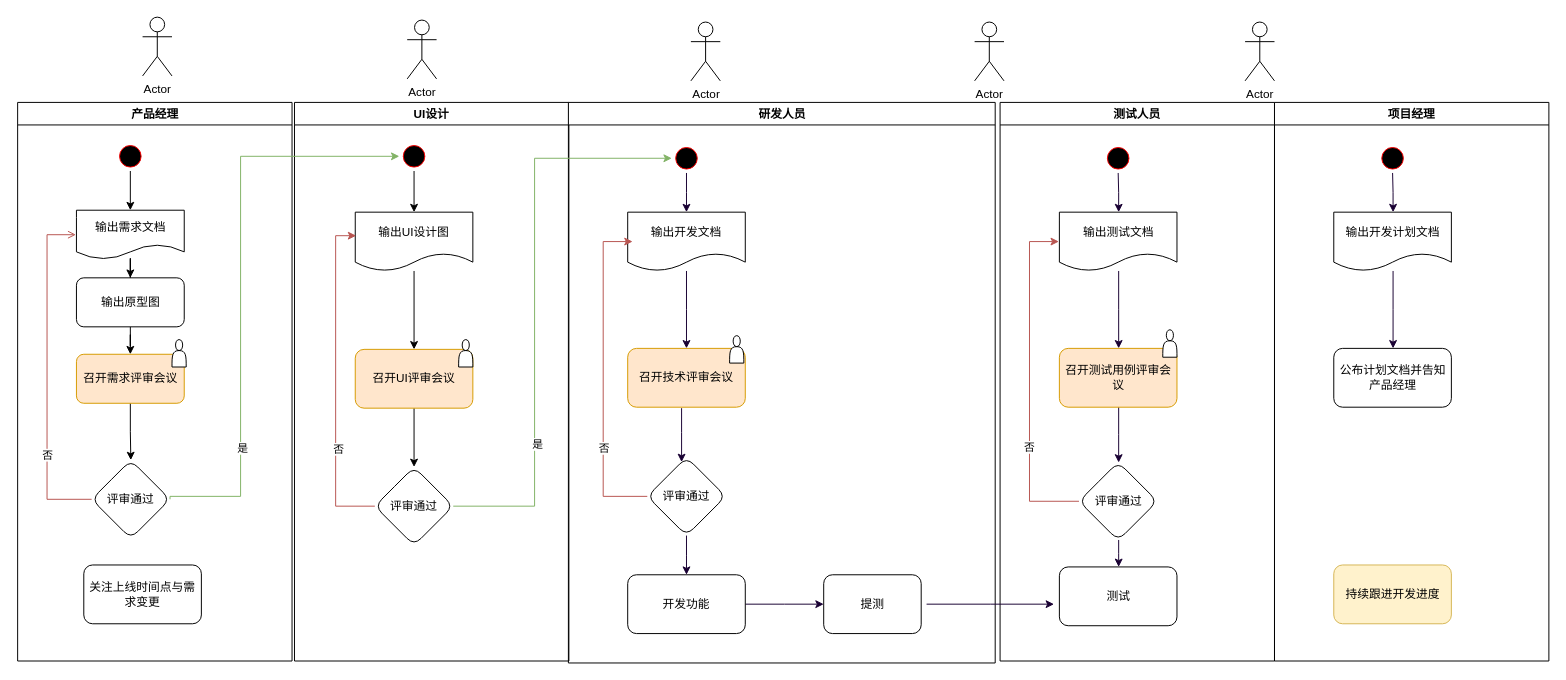
Echolh/doc-flowDiagram keeps this draw.io diagram as 人员职责.drawio. Above is the earlier version. Source tidied: cells renumbered, new cells numbered last; positions are measured from the earlier drawing's top-left corner, leaving out a move shared by most shapes. Both pictures are drawn from the tidied source at 98%, with x=0, y=0 at pixel (17, 17).
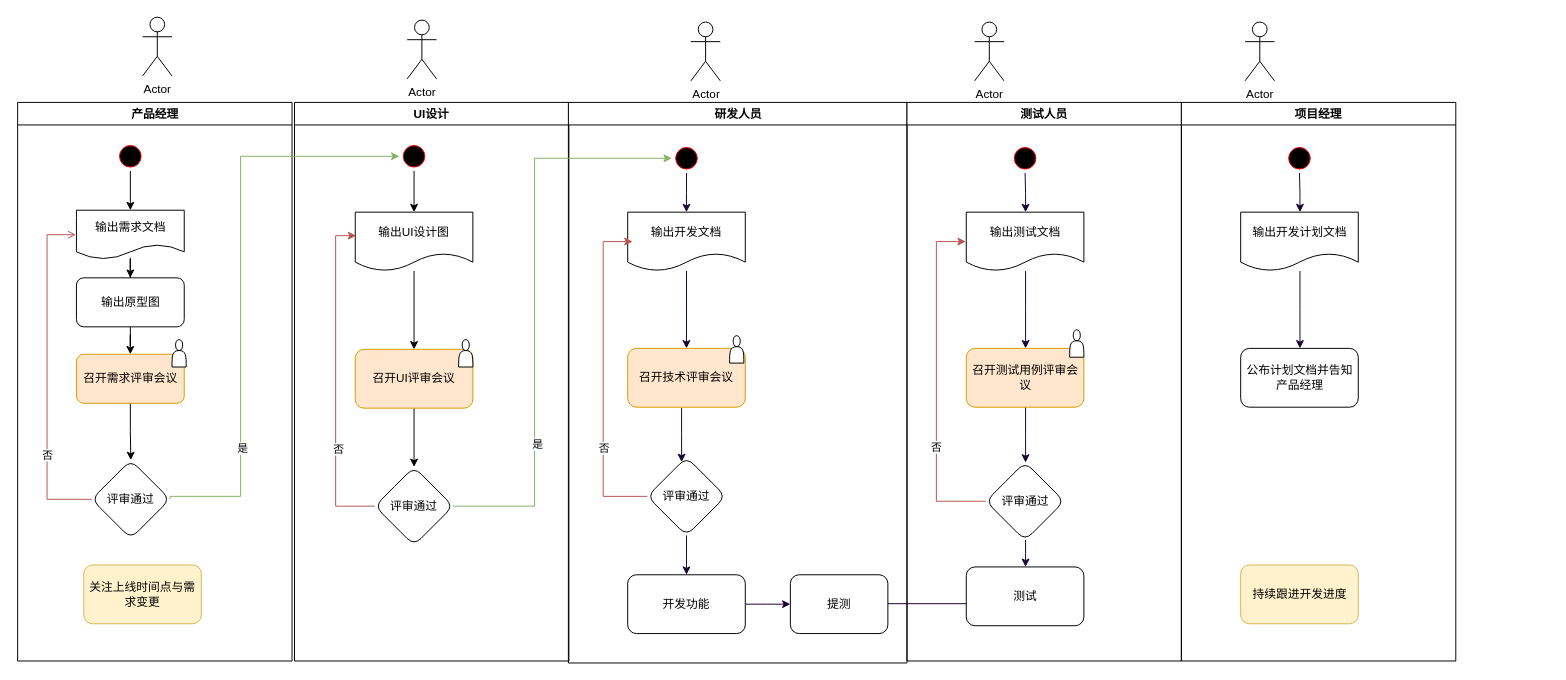
Above is the later version.

Unchanged cells that the change refers to:
```xml
<mxCell id="2" value="产品经理" style="swimlane;whiteSpace=wrap;" parent="1" vertex="1">
  <mxGeometry x="0.5" y="87" width="280" height="570" as="geometry" />
</mxCell>
```

Diff of the diagram source:
```diff
@@
-    <mxCell id="15" value="关注上线时间点与需求变更" style="rounded=1;whiteSpace=wrap;html=1;" parent="2" vertex="1">
+    <mxCell id="15" value="关注上线时间点与需求变更" style="rounded=1;whiteSpace=wrap;html=1;fillColor=#fff2cc;strokeColor=#d6b656;" parent="2" vertex="1">
       <mxGeometry x="67.5" y="472" width="120" height="60" as="geometry" />
     </mxCell>
@@
     <mxCell id="27" value="研发人员" style="swimlane;whiteSpace=wrap;" parent="1" vertex="1">
-      <mxGeometry x="562.5" y="87" width="435.5" height="572" as="geometry" />
+      <mxGeometry x="562.5" y="87" width="345.5" height="572" as="geometry" />
     </mxCell>
@@
     <mxCell id="39" value="提测" style="whiteSpace=wrap;html=1;rounded=1;" parent="27" vertex="1">
-      <mxGeometry x="260.5" y="482" width="99.5" height="60" as="geometry" />
+      <mxGeometry x="226.5" y="482" width="99.5" height="60" as="geometry" />
     </mxCell>
+    <mxCell id="72" style="edgeStyle=elbowEdgeStyle;rounded=0;orthogonalLoop=1;jettySize=auto;html=1;strokeColor=#190033;" parent="27" edge="1">
+      <mxGeometry relative="1" as="geometry">
+        <mxPoint x="326" y="511.5" as="sourcePoint" />
+        <mxPoint x="456" y="511.5" as="targetPoint" />
+      </mxGeometry>
+    </mxCell>
@@
     <mxCell id="50" value="测试人员" style="swimlane;whiteSpace=wrap;" parent="1" vertex="1">
-      <mxGeometry x="1003" y="87" width="280" height="570" as="geometry" />
+      <mxGeometry x="908" y="87" width="280" height="570" as="geometry" />
     </mxCell>
@@
     <mxCell id="63" value="项目经理" style="swimlane;whiteSpace=wrap;" parent="1" vertex="1">
-      <mxGeometry x="1283" y="87" width="280" height="570" as="geometry" />
+      <mxGeometry x="1188" y="87" width="280" height="570" as="geometry" />
     </mxCell>
@@
-    <mxCell id="72" style="edgeStyle=elbowEdgeStyle;rounded=0;orthogonalLoop=1;jettySize=auto;html=1;strokeColor=#190033;" parent="1" edge="1">
-      <mxGeometry relative="1" as="geometry">
-        <mxPoint x="928" y="599" as="sourcePoint" />
-        <mxPoint x="1058" y="599" as="targetPoint" />
-      </mxGeometry>
-    </mxCell>
```
